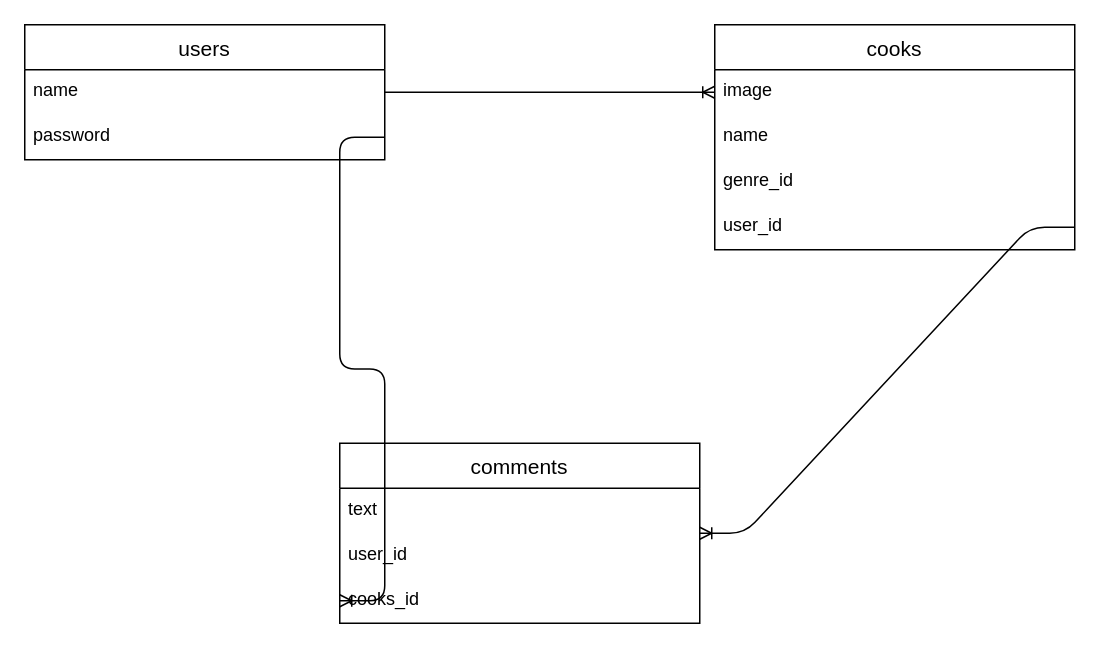
Earlier version of the draw.io diagram ER.dio (Reo-Miyagawa/cook_app). Source tidied: cells renumbered, new cells numbered last; positions are measured from the earlier drawing's top-left corner, leaving out a move shared by most shapes. Both pictures are drawn from the tidied source at 150%, with x=0, y=0 at pixel (24, 24).
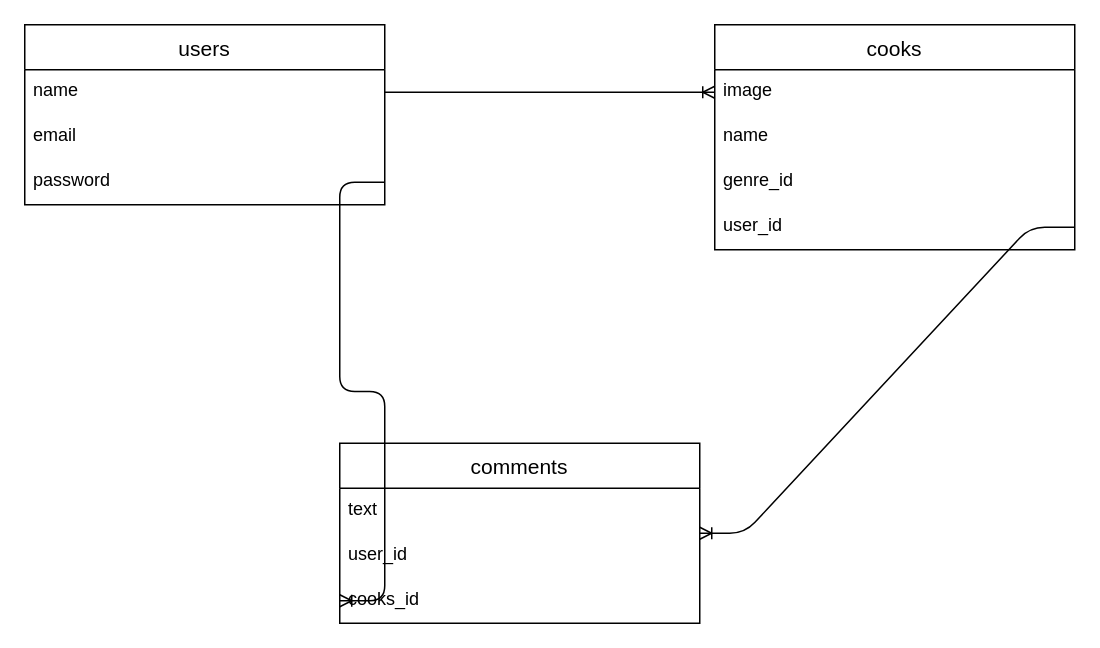
After the change.

What changed in the source:
```diff
@@
 <mxGraphModel>
   <root>
     <mxCell id="0" />
     <mxCell id="1" parent="0" />
     <mxCell id="2" style="edgeStyle=entityRelationEdgeStyle;fontSize=12;html=1;endArrow=ERoneToMany;entryX=0;entryY=0.5;entryDx=0;entryDy=0;exitX=1;exitY=0.5;exitDx=0;exitDy=0;" parent="1" edge="1" source="4" target="7">
       <mxGeometry relative="1" as="geometry" />
     </mxCell>
     <mxCell id="3" value="users" style="swimlane;fontStyle=0;horizontal=1;startSize=30;align=center;fontSize=14;" parent="1" vertex="1">
-      <mxGeometry width="240" height="90" as="geometry" />
+      <mxGeometry width="240" height="120" as="geometry" />
     </mxCell>
     <mxCell id="4" value="name" style="text;strokeColor=none;fillColor=none;spacingLeft=4;spacingRight=4;overflow=hidden;points=[[0,0.5],[1,0.5]];portConstraint=eastwest;fontSize=12;" parent="3" vertex="1">
       <mxGeometry y="30" width="240" height="30" as="geometry" />
     </mxCell>
+    <mxCell id="17" value="email" style="text;strokeColor=none;fillColor=none;spacingLeft=4;spacingRight=4;overflow=hidden;fontSize=12;" parent="3" vertex="1">
+      <mxGeometry y="60" width="240" height="30" as="geometry" />
+    </mxCell>
     <mxCell id="5" value="password" style="text;strokeColor=none;fillColor=none;spacingLeft=4;spacingRight=4;overflow=hidden;points=[[0,0.5],[1,0.5]];portConstraint=eastwest;fontSize=12;" parent="3" vertex="1">
-      <mxGeometry y="60" width="240" height="30" as="geometry" />
+      <mxGeometry y="90" width="240" height="30" as="geometry" />
     </mxCell>
     <mxCell id="6" value="cooks" style="swimlane;fontStyle=0;horizontal=1;startSize=30;align=center;fontSize=14;" parent="1" vertex="1">
       <mxGeometry x="460" width="240" height="150" as="geometry" />
     </mxCell>
     <mxCell id="7" value="image" style="text;strokeColor=none;fillColor=none;spacingLeft=4;spacingRight=4;overflow=hidden;points=[[0,0.5],[1,0.5]];portConstraint=eastwest;fontSize=12;" parent="6" vertex="1">
       <mxGeometry y="30" width="240" height="30" as="geometry" />
     </mxCell>
     <mxCell id="8" value="name" style="text;strokeColor=none;fillColor=none;spacingLeft=4;spacingRight=4;overflow=hidden;fontSize=12;" parent="6" vertex="1">
       <mxGeometry y="60" width="240" height="30" as="geometry" />
     </mxCell>
     <mxCell id="9" value="genre_id" style="text;strokeColor=none;fillColor=none;spacingLeft=4;spacingRight=4;overflow=hidden;fontSize=12;" parent="6" vertex="1">
       <mxGeometry y="90" width="240" height="30" as="geometry" />
     </mxCell>
     <mxCell id="10" value="user_id" style="text;strokeColor=none;fillColor=none;spacingLeft=4;spacingRight=4;overflow=hidden;points=[[0,0.5],[1,0.5]];portConstraint=eastwest;fontSize=12;" parent="6" vertex="1">
       <mxGeometry y="120" width="240" height="30" as="geometry" />
     </mxCell>
     <mxCell id="11" value="comments" style="swimlane;fontStyle=0;horizontal=1;startSize=30;align=center;fontSize=14;" parent="1" vertex="1">
       <mxGeometry x="210" y="279" width="240" height="120" as="geometry" />
     </mxCell>
     <mxCell id="12" value="text" style="text;strokeColor=none;fillColor=none;spacingLeft=4;spacingRight=4;overflow=hidden;fontSize=12;" parent="11" vertex="1">
       <mxGeometry y="30" width="240" height="30" as="geometry" />
     </mxCell>
     <mxCell id="13" value="user_id" style="text;strokeColor=none;fillColor=none;spacingLeft=4;spacingRight=4;overflow=hidden;fontSize=12;" parent="11" vertex="1">
       <mxGeometry y="60" width="240" height="30" as="geometry" />
     </mxCell>
     <mxCell id="14" value="cooks_id" style="text;strokeColor=none;fillColor=none;spacingLeft=4;spacingRight=4;overflow=hidden;points=[[0,0.5],[1,0.5]];portConstraint=eastwest;fontSize=12;" parent="11" vertex="1">
       <mxGeometry y="90" width="240" height="30" as="geometry" />
     </mxCell>
     <mxCell id="15" style="edgeStyle=entityRelationEdgeStyle;fontSize=12;html=1;endArrow=ERoneToMany;entryX=0;entryY=0.5;entryDx=0;entryDy=0;exitX=1;exitY=0.5;exitDx=0;exitDy=0;" parent="1" edge="1" source="5" target="14">
       <mxGeometry relative="1" as="geometry" />
     </mxCell>
     <mxCell id="16" style="edgeStyle=entityRelationEdgeStyle;fontSize=12;html=1;endArrow=ERoneToMany;exitX=1;exitY=0.5;exitDx=0;exitDy=0;" parent="1" edge="1" source="10" target="11">
       <mxGeometry relative="1" as="geometry" />
     </mxCell>
   </root>
 </mxGraphModel>
```
